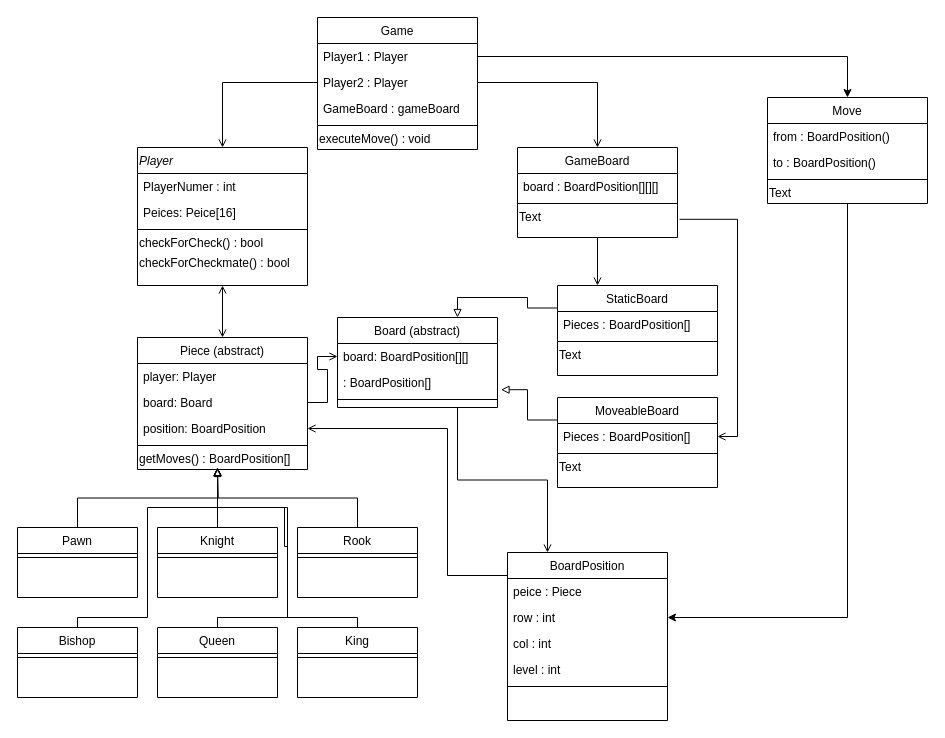
This is doc/Chess_Logic_UML.drawio from NathanHuntzinger/StarTrekChess, a draw.io file, before an edit. Source tidied: cells renumbered, new cells numbered last; positions are measured from the earlier drawing's top-left corner, leaving out a move shared by most shapes. Both pictures are drawn from the tidied source at 100%, with x=0, y=0 at pixel (17, 17).
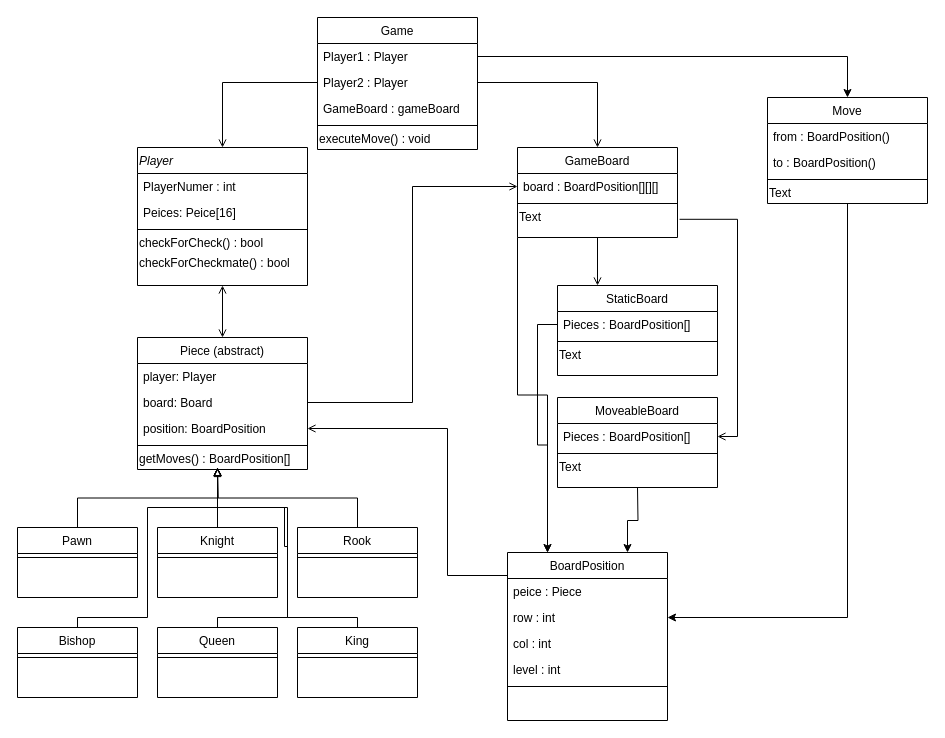
After the change.

The change refers to these unchanged cells:
```xml
<mxCell id="35" value="GameBoard" style="swimlane;fontStyle=0;align=center;verticalAlign=top;horizontal=1;startSize=26;rounded=0;shadow=0;strokeWidth=1;" parent="1" vertex="1">
  <mxGeometry x="500" y="130" width="160" height="90" as="geometry" />
</mxCell>
<mxCell id="36" value="board : BoardPosition[][][]" style="text;align=left;verticalAlign=top;spacingLeft=4;spacingRight=4;overflow=hidden;points=[[0,0.5],[1,0.5]];portConstraint=eastwest;rounded=0;shadow=0;html=0;" parent="35" vertex="1">
  <mxGeometry y="26" width="160" height="26" as="geometry" />
</mxCell>
<mxCell id="44" value="StaticBoard" style="swimlane;fontStyle=0;align=center;verticalAlign=top;horizontal=1;startSize=26;rounded=0;shadow=0;strokeWidth=1;" parent="1" vertex="1">
  <mxGeometry x="540" y="268" width="160" height="90" as="geometry" />
</mxCell>
<mxCell id="45" value="Pieces : BoardPosition[]" style="text;align=left;verticalAlign=top;spacingLeft=4;spacingRight=4;overflow=hidden;points=[[0,0.5],[1,0.5]];portConstraint=eastwest;rounded=0;shadow=0;html=0;" parent="44" vertex="1">
  <mxGeometry y="26" width="160" height="26" as="geometry" />
</mxCell>
<mxCell id="49" value="MoveableBoard" style="swimlane;fontStyle=0;align=center;verticalAlign=top;horizontal=1;startSize=26;rounded=0;shadow=0;strokeWidth=1;" parent="1" vertex="1">
  <mxGeometry x="540" y="380" width="160" height="90" as="geometry" />
</mxCell>
<mxCell id="54" value="BoardPosition" style="swimlane;fontStyle=0;align=center;verticalAlign=top;horizontal=1;startSize=26;rounded=0;shadow=0;strokeWidth=1;" parent="1" vertex="1">
  <mxGeometry x="490" y="535" width="160" height="168" as="geometry" />
</mxCell>
<mxCell id="62" value="board: Board" style="text;align=left;verticalAlign=top;spacingLeft=4;spacingRight=4;overflow=hidden;points=[[0,0.5],[1,0.5]];portConstraint=eastwest;rounded=0;shadow=0;html=0;" parent="60" vertex="1">
  <mxGeometry y="52" width="170" height="26" as="geometry" />
</mxCell>
```

What changed in the source:
```diff
@@
-    <mxCell id="41" style="edgeStyle=orthogonalEdgeStyle;rounded=0;jettySize=auto;html=1;exitX=0.75;exitY=1;exitDx=0;exitDy=0;entryX=0.25;entryY=0;entryDx=0;entryDy=0;startArrow=none;startFill=0;endArrow=open;endFill=0;" parent="1" edge="1" source="66" target="54">
+    <mxCell id="41" style="edgeStyle=orthogonalEdgeStyle;rounded=0;jettySize=auto;html=1;exitX=0;exitY=1;exitDx=0;exitDy=0;entryX=0.25;entryY=0;entryDx=0;entryDy=0;startArrow=none;startFill=0;endArrow=open;endFill=0;" parent="1" edge="1" source="35" target="54">
       <mxGeometry relative="1" as="geometry" />
     </mxCell>
-    <mxCell id="42" style="edgeStyle=orthogonalEdgeStyle;rounded=0;jettySize=auto;html=1;exitX=1;exitY=0.5;exitDx=0;exitDy=0;entryX=0;entryY=0.5;entryDx=0;entryDy=0;startArrow=none;startFill=0;endArrow=open;endFill=0;" parent="1" edge="1" source="62" target="67">
+    <mxCell id="42" style="edgeStyle=orthogonalEdgeStyle;rounded=0;jettySize=auto;html=1;exitX=1;exitY=0.5;exitDx=0;exitDy=0;entryX=0;entryY=0.5;entryDx=0;entryDy=0;startArrow=none;startFill=0;endArrow=open;endFill=0;" parent="1" edge="1" source="62" target="36">
       <mxGeometry relative="1" as="geometry" />
     </mxCell>
-    <mxCell id="43" style="edgeStyle=orthogonalEdgeStyle;rounded=0;jettySize=auto;html=1;exitX=0;exitY=0.25;exitDx=0;exitDy=0;entryX=0.75;entryY=0;entryDx=0;entryDy=0;startArrow=none;startFill=0;endArrow=block;endFill=0;" parent="1" edge="1" source="44" target="66">
-      <mxGeometry relative="1" as="geometry" />
-    </mxCell>
@@
-    <mxCell id="48" style="edgeStyle=orthogonalEdgeStyle;rounded=0;jettySize=auto;html=1;exitX=0;exitY=0.25;exitDx=0;exitDy=0;startArrow=none;startFill=0;endArrow=block;endFill=0;entryX=1.022;entryY=0.777;entryDx=0;entryDy=0;entryPerimeter=0;" parent="1" edge="1" source="49" target="68">
-      <mxGeometry relative="1" as="geometry" />
-    </mxCell>
@@
-    <mxCell id="66" value="Board (abstract)" style="swimlane;fontStyle=0;align=center;verticalAlign=top;horizontal=1;startSize=26;rounded=0;shadow=0;strokeWidth=1;" parent="1" vertex="1">
-      <mxGeometry x="320" y="300" width="160" height="90" as="geometry" />
-    </mxCell>
-    <mxCell id="67" value="board: BoardPosition[][]" style="text;align=left;verticalAlign=top;spacingLeft=4;spacingRight=4;overflow=hidden;points=[[0,0.5],[1,0.5]];portConstraint=eastwest;rounded=0;shadow=0;html=0;" parent="66" vertex="1">
-      <mxGeometry y="26" width="160" height="26" as="geometry" />
-    </mxCell>
-    <mxCell id="68" value=": BoardPosition[]" style="text;align=left;verticalAlign=top;spacingLeft=4;spacingRight=4;overflow=hidden;points=[[0,0.5],[1,0.5]];portConstraint=eastwest;rounded=0;shadow=0;html=0;" parent="66" vertex="1">
-      <mxGeometry y="52" width="160" height="26" as="geometry" />
-    </mxCell>
-    <mxCell id="69" style="line;html=1;strokeWidth=1;align=left;verticalAlign=middle;spacingTop=-1;spacingLeft=3;spacingRight=3;labelPosition=right;" parent="66" vertex="1">
-      <mxGeometry y="78" width="160" height="8" as="geometry" />
-    </mxCell>
@@
+    <mxCell id="77" style="edgeStyle=orthogonalEdgeStyle;rounded=0;jettySize=auto;html=1;entryX=0.75;entryY=0;entryDx=0;entryDy=0;" parent="1" edge="1" target="54">
+      <mxGeometry relative="1" as="geometry">
+        <mxPoint x="620" y="470" as="sourcePoint" />
+      </mxGeometry>
+    </mxCell>
+    <mxCell id="78" style="edgeStyle=orthogonalEdgeStyle;rounded=0;jettySize=auto;html=1;exitX=0;exitY=0.5;exitDx=0;exitDy=0;entryX=0.25;entryY=0;entryDx=0;entryDy=0;" parent="1" edge="1" source="45" target="54">
+      <mxGeometry relative="1" as="geometry" />
+    </mxCell>
```
